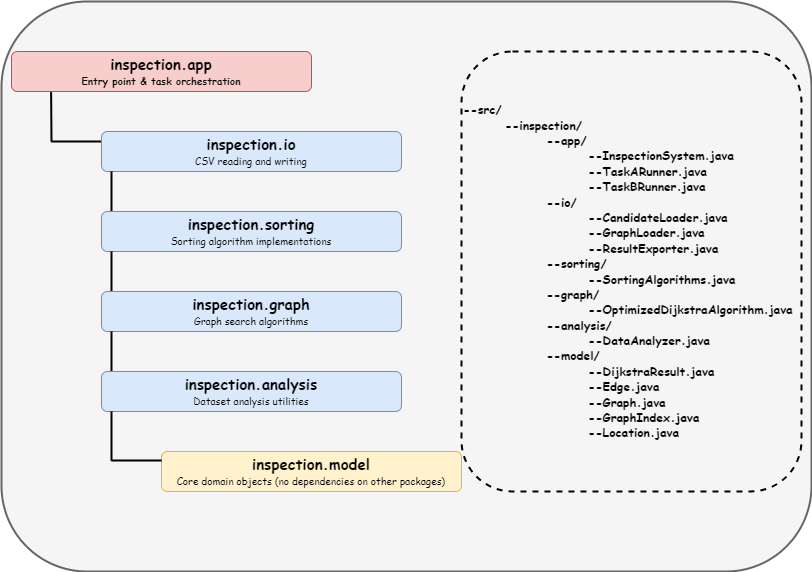
NeurEv0/25-26_CPT204-138 keeps this draw.io diagram as report/CPT204_arch.drawio.png. Above is the earlier version. Source tidied: cells renumbered, new cells last; positions are measured from the earlier drawing's top-left corner, leaving out a move shared by most shapes. Its diagram source:
```xml
<mxGraphModel>
  <root>
    <mxCell id="0" />
    <mxCell id="1" value="未命名图层" parent="0" />
    <mxCell id="2" style="rounded=1;whiteSpace=wrap;html=1;fillColor=#f5f5f5;fontColor=#333333;strokeColor=#666666;strokeWidth=2;" parent="1" vertex="1">
      <mxGeometry width="810" height="570" as="geometry" />
    </mxCell>
    <mxCell id="3" parent="0" />
    <mxCell id="4" value="&lt;b&gt;&lt;font face=&quot;Comic Sans MS&quot;&gt;&lt;font style=&quot;font-size: 15px;&quot;&gt;inspection.app&lt;/font&gt;&lt;br&gt;&lt;/font&gt;&lt;font face=&quot;Comic Sans MS&quot;&gt;&lt;font style=&quot;font-size: 10px;&quot;&gt;Entry point &amp;amp; task orchestration&lt;/font&gt;&lt;br&gt;&lt;/font&gt;&lt;/b&gt;" style="rounded=1;whiteSpace=wrap;html=1;fillColor=#f8cecc;strokeColor=#b85450;" parent="3" vertex="1">
      <mxGeometry x="10" y="50" width="300" height="40" as="geometry" />
    </mxCell>
    <mxCell id="5" style="endArrow=none;html=1;rounded=0;entryX=0.132;entryY=1.015;entryDx=0;entryDy=0;entryPerimeter=0;strokeWidth=2;" parent="3" edge="1" target="4">
      <mxGeometry relative="1" as="geometry">
        <mxPoint x="50" y="140" as="sourcePoint" />
      </mxGeometry>
    </mxCell>
    <mxCell id="6" style="endArrow=none;html=1;rounded=0;strokeWidth=2;" parent="3" edge="1">
      <mxGeometry relative="1" as="geometry">
        <mxPoint x="100" y="140" as="sourcePoint" />
        <mxPoint x="50" y="140" as="targetPoint" />
      </mxGeometry>
    </mxCell>
    <mxCell id="7" value="&lt;font style=&quot;font-weight: bold;&quot; face=&quot;Comic Sans MS&quot;&gt;&lt;font style=&quot;font-size: 15px;&quot;&gt;inspection.io&lt;/font&gt;&lt;br&gt;&lt;/font&gt;&lt;font style=&quot;&quot; face=&quot;Comic Sans MS&quot;&gt;&lt;font style=&quot;font-size: 10px;&quot;&gt;CSV reading and writing&lt;/font&gt;&lt;br&gt;&lt;/font&gt;" style="rounded=1;whiteSpace=wrap;html=1;fillColor=#dae8fc;strokeColor=#6c8ebf;" parent="3" vertex="1">
      <mxGeometry x="100" y="130" width="300" height="40" as="geometry" />
    </mxCell>
    <mxCell id="8" style="endArrow=none;html=1;rounded=0;strokeWidth=2;" parent="3" edge="1">
      <mxGeometry relative="1" as="geometry">
        <mxPoint x="110" y="210" as="sourcePoint" />
        <mxPoint x="110" y="170" as="targetPoint" />
      </mxGeometry>
    </mxCell>
    <mxCell id="9" value="&lt;b&gt;&lt;font face=&quot;Comic Sans MS&quot;&gt;&lt;font style=&quot;font-size: 15px;&quot;&gt;inspection.sorting&lt;/font&gt;&lt;br&gt;&lt;/font&gt;&lt;/b&gt;&lt;font style=&quot;font-size: 10px;&quot; face=&quot;Comic Sans MS&quot;&gt;Sorting algorithm implementations&lt;/font&gt;" style="rounded=1;whiteSpace=wrap;html=1;fillColor=#dae8fc;strokeColor=#6c8ebf;" parent="3" vertex="1">
      <mxGeometry x="100" y="210" width="300" height="40" as="geometry" />
    </mxCell>
    <mxCell id="10" style="endArrow=none;html=1;rounded=0;strokeWidth=2;entryX=0.052;entryY=0.997;entryDx=0;entryDy=0;entryPerimeter=0;" parent="3" edge="1">
      <mxGeometry relative="1" as="geometry">
        <mxPoint x="110" y="290" as="sourcePoint" />
        <mxPoint x="110" y="250" as="targetPoint" />
      </mxGeometry>
    </mxCell>
    <mxCell id="11" value="&lt;b&gt;&lt;font face=&quot;Comic Sans MS&quot;&gt;&lt;font style=&quot;font-size: 15px;&quot;&gt;inspection.graph&lt;/font&gt;&lt;br&gt;&lt;/font&gt;&lt;/b&gt;&lt;font style=&quot;font-size: 10px;&quot; face=&quot;Comic Sans MS&quot;&gt;Graph search algorithms&lt;/font&gt;" style="rounded=1;whiteSpace=wrap;html=1;fillColor=#dae8fc;strokeColor=#6c8ebf;" parent="3" vertex="1">
      <mxGeometry x="100" y="290" width="300" height="40" as="geometry" />
    </mxCell>
    <mxCell id="12" style="endArrow=none;html=1;rounded=0;strokeWidth=2;entryX=0.052;entryY=0.997;entryDx=0;entryDy=0;entryPerimeter=0;" parent="3" edge="1">
      <mxGeometry relative="1" as="geometry">
        <mxPoint x="110" y="370" as="sourcePoint" />
        <mxPoint x="110" y="330" as="targetPoint" />
      </mxGeometry>
    </mxCell>
    <mxCell id="13" value="&lt;b&gt;&lt;font face=&quot;Comic Sans MS&quot;&gt;&lt;font style=&quot;font-size: 15px;&quot;&gt;inspection.model&lt;/font&gt;&lt;br&gt;&lt;/font&gt;&lt;/b&gt;&lt;font style=&quot;font-size: 10px;&quot; face=&quot;Comic Sans MS&quot;&gt;Core domain objects (no dependencies on other packages)&lt;/font&gt;" style="rounded=1;whiteSpace=wrap;html=1;fillColor=#fff2cc;strokeColor=#d6b656;" parent="3" vertex="1">
      <mxGeometry x="160" y="450" width="300" height="40" as="geometry" />
    </mxCell>
    <mxCell id="14" value="&lt;b&gt;&lt;font face=&quot;Comic Sans MS&quot;&gt;&lt;font style=&quot;font-size: 15px;&quot;&gt;inspection.analysis&lt;/font&gt;&lt;br&gt;&lt;/font&gt;&lt;/b&gt;&lt;font style=&quot;font-size: 10px;&quot; face=&quot;Comic Sans MS&quot;&gt;Dataset analysis utilities&lt;/font&gt;" style="rounded=1;whiteSpace=wrap;html=1;fillColor=#dae8fc;strokeColor=#6c8ebf;" parent="3" vertex="1">
      <mxGeometry x="100" y="370" width="300" height="40" as="geometry" />
    </mxCell>
    <mxCell id="15" style="endArrow=none;html=1;rounded=0;entryX=0.132;entryY=1.015;entryDx=0;entryDy=0;entryPerimeter=0;strokeWidth=2;" parent="3" edge="1">
      <mxGeometry relative="1" as="geometry">
        <mxPoint x="110" y="459" as="sourcePoint" />
        <mxPoint x="110" y="410" as="targetPoint" />
      </mxGeometry>
    </mxCell>
    <mxCell id="16" style="endArrow=none;html=1;rounded=0;strokeWidth=2;" parent="3" edge="1">
      <mxGeometry relative="1" as="geometry">
        <mxPoint x="160" y="459" as="sourcePoint" />
        <mxPoint x="110" y="459" as="targetPoint" />
      </mxGeometry>
    </mxCell>
    <mxCell id="17" value="&lt;font face=&quot;Comic Sans MS&quot;&gt;&lt;b&gt;--src/&lt;br&gt;&lt;span style=&quot;white-space: pre;&quot;&gt;&#9;&lt;/span&gt;--inspection/&lt;br&gt;&lt;span style=&quot;white-space: pre;&quot;&gt;&#9;&lt;/span&gt;&lt;span style=&quot;white-space: pre;&quot;&gt;&#9;&lt;/span&gt;--app/&lt;br&gt;&lt;span style=&quot;white-space: pre;&quot;&gt;&#9;&lt;/span&gt;&lt;span style=&quot;white-space: pre;&quot;&gt;&#9;&lt;/span&gt;&lt;span style=&quot;white-space: pre;&quot;&gt;&#9;&lt;/span&gt;--InspectionSystem.java&lt;br&gt;&lt;span style=&quot;white-space: pre;&quot;&gt;&#9;&lt;/span&gt;&lt;span style=&quot;white-space: pre;&quot;&gt;&#9;&lt;/span&gt;&lt;span style=&quot;white-space: pre;&quot;&gt;&#9;&lt;/span&gt;--TaskARunner.java&lt;br&gt;&lt;span style=&quot;white-space: pre;&quot;&gt;&#9;&lt;/span&gt;&lt;span style=&quot;white-space: pre;&quot;&gt;&#9;&lt;/span&gt;&lt;span style=&quot;white-space: pre;&quot;&gt;&#9;&lt;/span&gt;--TaskBRunner.java&lt;br&gt;&lt;span style=&quot;white-space: pre;&quot;&gt;&#9;&lt;/span&gt;&lt;span style=&quot;white-space: pre;&quot;&gt;&#9;&lt;/span&gt;--io/&lt;br&gt;&lt;span style=&quot;white-space: pre;&quot;&gt;&#9;&lt;/span&gt;&lt;span style=&quot;white-space: pre;&quot;&gt;&#9;&lt;/span&gt;&lt;span style=&quot;white-space: pre;&quot;&gt;&#9;&lt;/span&gt;--CandidateLoader.java&lt;br&gt;&lt;span style=&quot;white-space: pre;&quot;&gt;&#9;&lt;/span&gt;&lt;span style=&quot;white-space: pre;&quot;&gt;&#9;&lt;/span&gt;&lt;span style=&quot;white-space: pre;&quot;&gt;&#9;&lt;/span&gt;--GraphLoader.java&lt;br&gt;&lt;span style=&quot;white-space: pre;&quot;&gt;&#9;&lt;/span&gt;&lt;span style=&quot;white-space: pre;&quot;&gt;&#9;&lt;/span&gt;&lt;span style=&quot;white-space: pre;&quot;&gt;&#9;&lt;/span&gt;--ResultExporter.java&lt;br&gt;&lt;span style=&quot;white-space: pre;&quot;&gt;&#9;&lt;/span&gt;&lt;span style=&quot;white-space: pre;&quot;&gt;&#9;&lt;/span&gt;--sorting/&lt;br&gt;&lt;span style=&quot;white-space: pre;&quot;&gt;&#9;&lt;/span&gt;&lt;span style=&quot;white-space: pre;&quot;&gt;&#9;&lt;/span&gt;&lt;span style=&quot;white-space: pre;&quot;&gt;&#9;&lt;/span&gt;--SortingAlgorithms.java&lt;br&gt;&lt;span style=&quot;white-space: pre;&quot;&gt;&#9;&lt;/span&gt;&lt;span style=&quot;white-space: pre;&quot;&gt;&#9;&lt;/span&gt;--graph/&lt;br&gt;&lt;span style=&quot;white-space: pre;&quot;&gt;&#9;&lt;/span&gt;&lt;span style=&quot;white-space: pre;&quot;&gt;&#9;&lt;/span&gt;&lt;span style=&quot;white-space: pre;&quot;&gt;&#9;&lt;/span&gt;--OptimizedDijkstraAlgorithm.java&lt;br&gt;&lt;span style=&quot;white-space: pre;&quot;&gt;&#9;&lt;/span&gt;&lt;span style=&quot;white-space: pre;&quot;&gt;&#9;&lt;/span&gt;--analysis/&lt;br&gt;&lt;span style=&quot;white-space: pre;&quot;&gt;&#9;&lt;/span&gt;&lt;span style=&quot;white-space: pre;&quot;&gt;&#9;&lt;/span&gt;&lt;span style=&quot;white-space: pre;&quot;&gt;&#9;&lt;/span&gt;--DataAnalyzer.java&lt;br&gt;&lt;span style=&quot;white-space: pre;&quot;&gt;&#9;&lt;/span&gt;&lt;span style=&quot;white-space: pre;&quot;&gt;&#9;&lt;/span&gt;--model/&lt;br&gt;&lt;span style=&quot;white-space: pre;&quot;&gt;&#9;&lt;/span&gt;&lt;span style=&quot;white-space: pre;&quot;&gt;&#9;&lt;/span&gt;&lt;span style=&quot;white-space: pre;&quot;&gt;&#9;&lt;/span&gt;--DijkstraResult.java&lt;br&gt;&lt;span style=&quot;white-space: pre;&quot;&gt;&#9;&lt;/span&gt;&lt;span style=&quot;white-space: pre;&quot;&gt;&#9;&lt;/span&gt;&lt;span style=&quot;white-space: pre;&quot;&gt;&#9;&lt;/span&gt;--Edge.java&lt;br&gt;&lt;span style=&quot;white-space: pre;&quot;&gt;&#9;&lt;/span&gt;&lt;span style=&quot;white-space: pre;&quot;&gt;&#9;&lt;/span&gt;&lt;span style=&quot;white-space: pre;&quot;&gt;&#9;&lt;/span&gt;--Graph.java&lt;br&gt;&lt;span style=&quot;white-space: pre;&quot;&gt;&#9;&lt;/span&gt;&lt;span style=&quot;white-space: pre;&quot;&gt;&#9;&lt;/span&gt;&lt;span style=&quot;white-space: pre;&quot;&gt;&#9;&lt;/span&gt;--GraphIndex.java&lt;br&gt;&lt;span style=&quot;white-space: pre;&quot;&gt;&#9;&lt;/span&gt;&lt;span style=&quot;white-space: pre;&quot;&gt;&#9;&lt;/span&gt;&lt;span style=&quot;white-space: pre;&quot;&gt;&#9;&lt;/span&gt;--Location.java&lt;br&gt;&lt;/b&gt;&lt;/font&gt;" style="rounded=1;whiteSpace=wrap;html=1;fillColor=none;dashed=1;strokeWidth=2;align=left;" parent="3" vertex="1">
      <mxGeometry x="460" y="50" width="340" height="440" as="geometry" />
    </mxCell>
  </root>
</mxGraphModel>
```
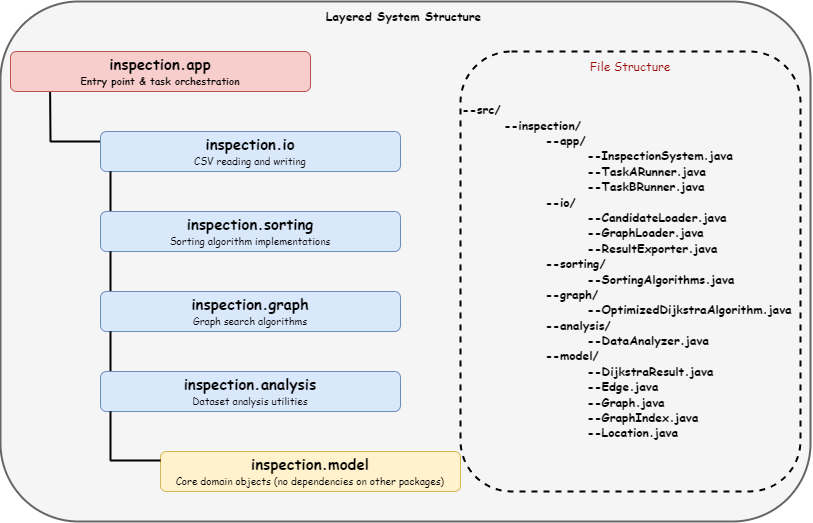
Above is the later version.

Change to the diagram source:
```diff
@@ -3,7 +3,7 @@
     <mxCell id="0" />
     <mxCell id="1" value="未命名图层" parent="0" />
     <mxCell id="2" style="rounded=1;whiteSpace=wrap;html=1;fillColor=#f5f5f5;fontColor=#333333;strokeColor=#666666;strokeWidth=2;" parent="1" vertex="1">
-      <mxGeometry width="810" height="570" as="geometry" />
+      <mxGeometry width="810" height="520" as="geometry" />
     </mxCell>
     <mxCell id="3" parent="0" />
     <mxCell id="4" value="&lt;b&gt;&lt;font face=&quot;Comic Sans MS&quot;&gt;&lt;font style=&quot;font-size: 15px;&quot;&gt;inspection.app&lt;/font&gt;&lt;br&gt;&lt;/font&gt;&lt;font face=&quot;Comic Sans MS&quot;&gt;&lt;font style=&quot;font-size: 10px;&quot;&gt;Entry point &amp;amp; task orchestration&lt;/font&gt;&lt;br&gt;&lt;/font&gt;&lt;/b&gt;" style="rounded=1;whiteSpace=wrap;html=1;fillColor=#f8cecc;strokeColor=#b85450;" parent="3" vertex="1">
@@ -68,5 +68,11 @@
     <mxCell id="17" value="&lt;font face=&quot;Comic Sans MS&quot;&gt;&lt;b&gt;--src/&lt;br&gt;&lt;span style=&quot;white-space: pre;&quot;&gt;&#9;&lt;/span&gt;--inspection/&lt;br&gt;&lt;span style=&quot;white-space: pre;&quot;&gt;&#9;&lt;/span&gt;&lt;span style=&quot;white-space: pre;&quot;&gt;&#9;&lt;/span&gt;--app/&lt;br&gt;&lt;span style=&quot;white-space: pre;&quot;&gt;&#9;&lt;/span&gt;&lt;span style=&quot;white-space: pre;&quot;&gt;&#9;&lt;/span&gt;&lt;span style=&quot;white-space: pre;&quot;&gt;&#9;&lt;/span&gt;--InspectionSystem.java&lt;br&gt;&lt;span style=&quot;white-space: pre;&quot;&gt;&#9;&lt;/span&gt;&lt;span style=&quot;white-space: pre;&quot;&gt;&#9;&lt;/span&gt;&lt;span style=&quot;white-space: pre;&quot;&gt;&#9;&lt;/span&gt;--TaskARunner.java&lt;br&gt;&lt;span style=&quot;white-space: pre;&quot;&gt;&#9;&lt;/span&gt;&lt;span style=&quot;white-space: pre;&quot;&gt;&#9;&lt;/span&gt;&lt;span style=&quot;white-space: pre;&quot;&gt;&#9;&lt;/span&gt;--TaskBRunner.java&lt;br&gt;&lt;span style=&quot;white-space: pre;&quot;&gt;&#9;&lt;/span&gt;&lt;span style=&quot;white-space: pre;&quot;&gt;&#9;&lt;/span&gt;--io/&lt;br&gt;&lt;span style=&quot;white-space: pre;&quot;&gt;&#9;&lt;/span&gt;&lt;span style=&quot;white-space: pre;&quot;&gt;&#9;&lt;/span&gt;&lt;span style=&quot;white-space: pre;&quot;&gt;&#9;&lt;/span&gt;--CandidateLoader.java&lt;br&gt;&lt;span style=&quot;white-space: pre;&quot;&gt;&#9;&lt;/span&gt;&lt;span style=&quot;white-space: pre;&quot;&gt;&#9;&lt;/span&gt;&lt;span style=&quot;white-space: pre;&quot;&gt;&#9;&lt;/span&gt;--GraphLoader.java&lt;br&gt;&lt;span style=&quot;white-space: pre;&quot;&gt;&#9;&lt;/span&gt;&lt;span style=&quot;white-space: pre;&quot;&gt;&#9;&lt;/span&gt;&lt;span style=&quot;white-space: pre;&quot;&gt;&#9;&lt;/span&gt;--ResultExporter.java&lt;br&gt;&lt;span style=&quot;white-space: pre;&quot;&gt;&#9;&lt;/span&gt;&lt;span style=&quot;white-space: pre;&quot;&gt;&#9;&lt;/span&gt;--sorting/&lt;br&gt;&lt;span style=&quot;white-space: pre;&quot;&gt;&#9;&lt;/span&gt;&lt;span style=&quot;white-space: pre;&quot;&gt;&#9;&lt;/span&gt;&lt;span style=&quot;white-space: pre;&quot;&gt;&#9;&lt;/span&gt;--SortingAlgorithms.java&lt;br&gt;&lt;span style=&quot;white-space: pre;&quot;&gt;&#9;&lt;/span&gt;&lt;span style=&quot;white-space: pre;&quot;&gt;&#9;&lt;/span&gt;--graph/&lt;br&gt;&lt;span style=&quot;white-space: pre;&quot;&gt;&#9;&lt;/span&gt;&lt;span style=&quot;white-space: pre;&quot;&gt;&#9;&lt;/span&gt;&lt;span style=&quot;white-space: pre;&quot;&gt;&#9;&lt;/span&gt;--OptimizedDijkstraAlgorithm.java&lt;br&gt;&lt;span style=&quot;white-space: pre;&quot;&gt;&#9;&lt;/span&gt;&lt;span style=&quot;white-space: pre;&quot;&gt;&#9;&lt;/span&gt;--analysis/&lt;br&gt;&lt;span style=&quot;white-space: pre;&quot;&gt;&#9;&lt;/span&gt;&lt;span style=&quot;white-space: pre;&quot;&gt;&#9;&lt;/span&gt;&lt;span style=&quot;white-space: pre;&quot;&gt;&#9;&lt;/span&gt;--DataAnalyzer.java&lt;br&gt;&lt;span style=&quot;white-space: pre;&quot;&gt;&#9;&lt;/span&gt;&lt;span style=&quot;white-space: pre;&quot;&gt;&#9;&lt;/span&gt;--model/&lt;br&gt;&lt;span style=&quot;white-space: pre;&quot;&gt;&#9;&lt;/span&gt;&lt;span style=&quot;white-space: pre;&quot;&gt;&#9;&lt;/span&gt;&lt;span style=&quot;white-space: pre;&quot;&gt;&#9;&lt;/span&gt;--DijkstraResult.java&lt;br&gt;&lt;span style=&quot;white-space: pre;&quot;&gt;&#9;&lt;/span&gt;&lt;span style=&quot;white-space: pre;&quot;&gt;&#9;&lt;/span&gt;&lt;span style=&quot;white-space: pre;&quot;&gt;&#9;&lt;/span&gt;--Edge.java&lt;br&gt;&lt;span style=&quot;white-space: pre;&quot;&gt;&#9;&lt;/span&gt;&lt;span style=&quot;white-space: pre;&quot;&gt;&#9;&lt;/span&gt;&lt;span style=&quot;white-space: pre;&quot;&gt;&#9;&lt;/span&gt;--Graph.java&lt;br&gt;&lt;span style=&quot;white-space: pre;&quot;&gt;&#9;&lt;/span&gt;&lt;span style=&quot;white-space: pre;&quot;&gt;&#9;&lt;/span&gt;&lt;span style=&quot;white-space: pre;&quot;&gt;&#9;&lt;/span&gt;--GraphIndex.java&lt;br&gt;&lt;span style=&quot;white-space: pre;&quot;&gt;&#9;&lt;/span&gt;&lt;span style=&quot;white-space: pre;&quot;&gt;&#9;&lt;/span&gt;&lt;span style=&quot;white-space: pre;&quot;&gt;&#9;&lt;/span&gt;--Location.java&lt;br&gt;&lt;/b&gt;&lt;/font&gt;" style="rounded=1;whiteSpace=wrap;html=1;fillColor=none;dashed=1;strokeWidth=2;align=left;" parent="3" vertex="1">
       <mxGeometry x="460" y="50" width="340" height="440" as="geometry" />
     </mxCell>
+    <mxCell id="18" value="&lt;b&gt;&lt;font face=&quot;Comic Sans MS&quot;&gt;Layered System Structure&lt;/font&gt;&lt;/b&gt;" style="text;strokeColor=none;align=center;fillColor=none;html=1;verticalAlign=middle;whiteSpace=wrap;rounded=0;" parent="3" vertex="1">
+      <mxGeometry x="292" width="223" height="30" as="geometry" />
+    </mxCell>
+    <mxCell id="19" value="&lt;font color=&quot;#990000&quot; face=&quot;Comic Sans MS&quot;&gt;File Structure&lt;/font&gt;" style="text;strokeColor=none;align=center;fillColor=none;html=1;verticalAlign=middle;whiteSpace=wrap;rounded=0;" parent="3" vertex="1">
+      <mxGeometry x="585" y="50" width="90" height="30" as="geometry" />
+    </mxCell>
   </root>
 </mxGraphModel>
```
